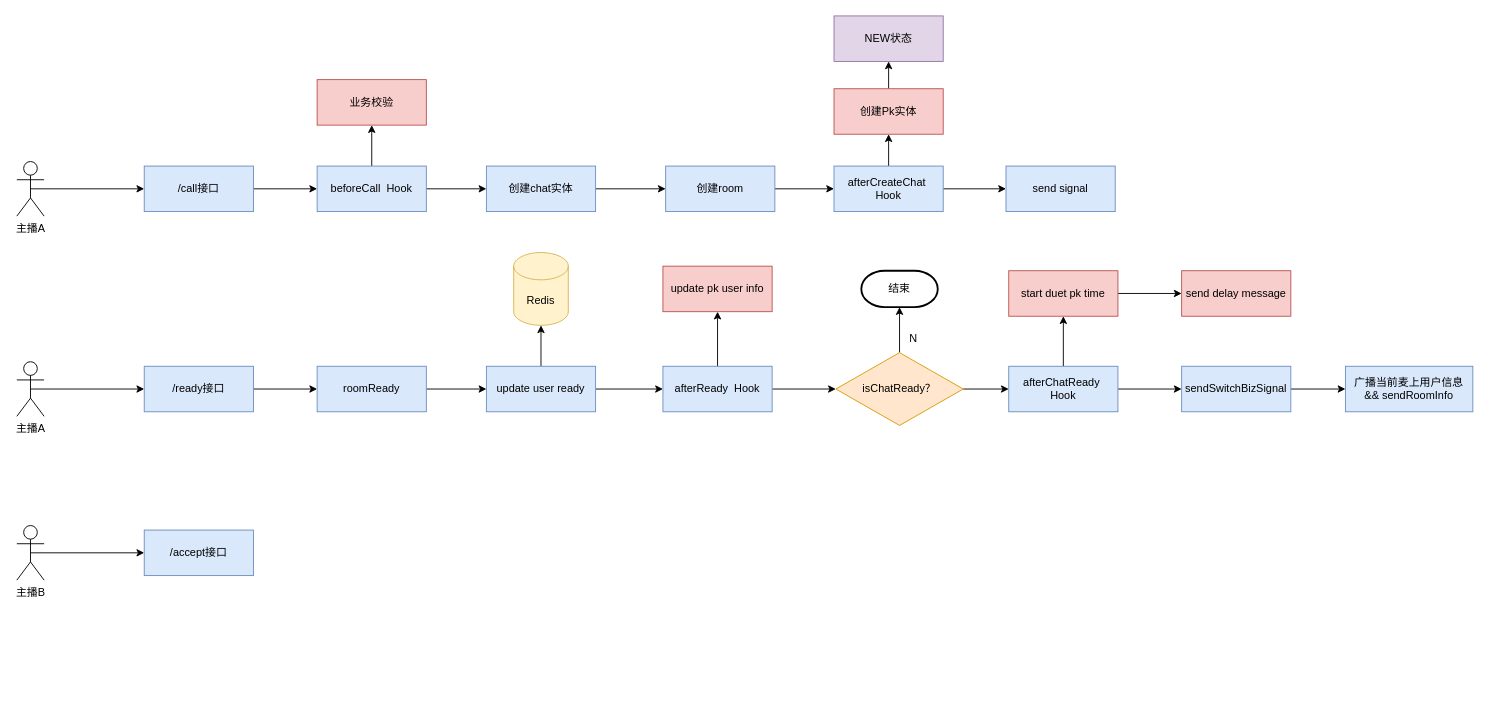
The draw.io diagram PK.drawio in fengyn1218/draw-pic, before the edit. Source tidied: cells renumbered, new cells numbered last; positions are measured from the earlier drawing's top-left corner, leaving out a move shared by most shapes. Both pictures are drawn from the tidied source at 91%, with x=0, y=0 at pixel (16, 15).
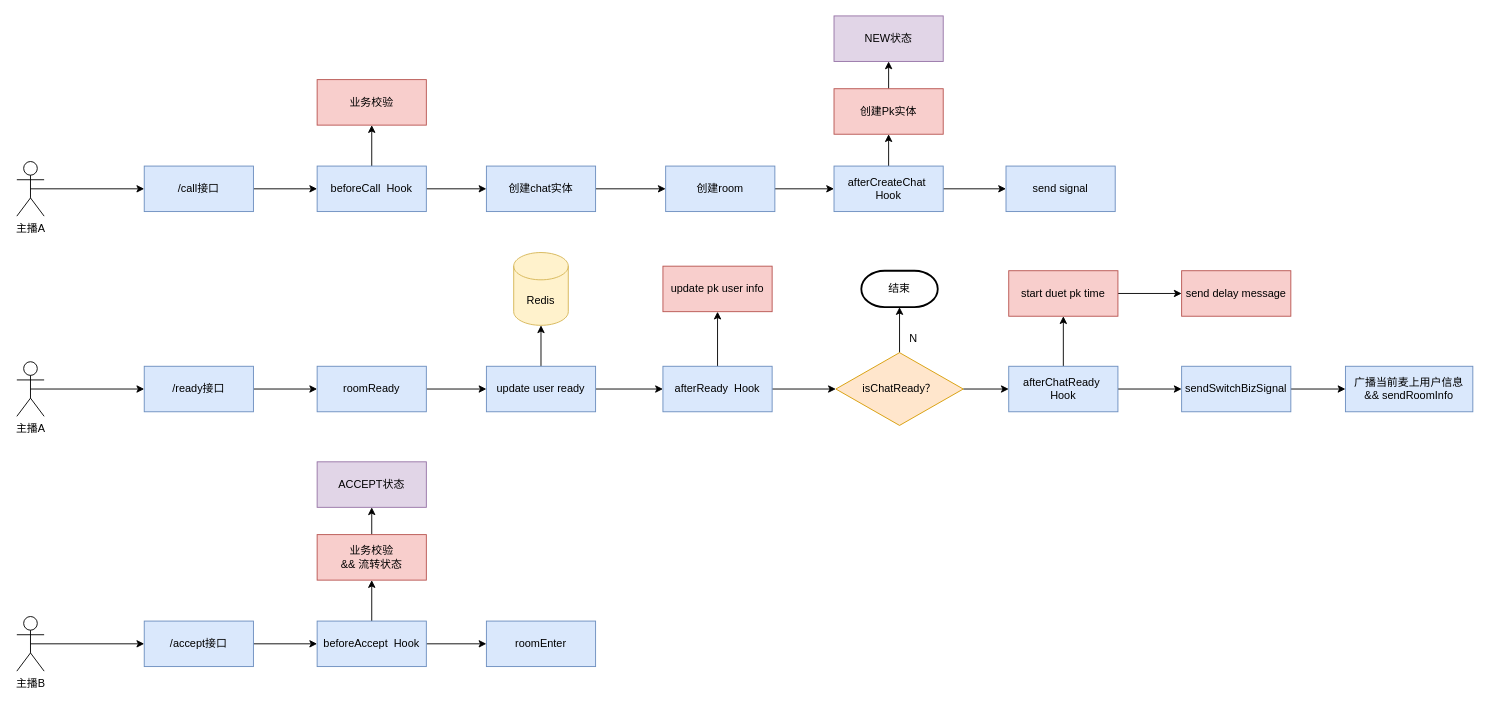
Above is the later version.

Change to the diagram source:
```diff
@@
     <mxCell id="5" value="主播B" style="shape=umlActor;verticalLabelPosition=bottom;verticalAlign=top;html=1;outlineConnect=0;" parent="1" vertex="1">
-      <mxGeometry y="560" width="30" height="60" as="geometry" />
+      <mxGeometry y="660" width="30" height="60" as="geometry" />
     </mxCell>
@@
+    <mxCell id="52" style="edgeStyle=orthogonalEdgeStyle;rounded=0;jettySize=auto;html=1;exitX=1;exitY=0.5;exitDx=0;exitDy=0;" parent="1" edge="1" source="23" target="55">
+      <mxGeometry relative="1" as="geometry" />
+    </mxCell>
     <mxCell id="23" value="/accept接口" style="rounded=0;whiteSpace=wrap;html=1;fillColor=#dae8fc;strokeColor=#6c8ebf;" parent="1" vertex="1">
-      <mxGeometry x="140" y="565" width="120" height="50" as="geometry" />
+      <mxGeometry x="140" y="665" width="120" height="50" as="geometry" />
     </mxCell>
@@
+    <mxCell id="53" style="edgeStyle=orthogonalEdgeStyle;rounded=0;jettySize=auto;html=1;exitX=0.5;exitY=0;exitDx=0;exitDy=0;entryX=0.5;entryY=1;entryDx=0;entryDy=0;" parent="1" edge="1" source="55" target="57">
+      <mxGeometry relative="1" as="geometry" />
+    </mxCell>
+    <mxCell id="54" style="edgeStyle=orthogonalEdgeStyle;rounded=0;jettySize=auto;html=1;exitX=1;exitY=0.5;exitDx=0;exitDy=0;entryX=0;entryY=0.5;entryDx=0;entryDy=0;" parent="1" edge="1" source="55" target="59">
+      <mxGeometry relative="1" as="geometry" />
+    </mxCell>
+    <mxCell id="55" value="beforeAccept&amp;nbsp; Hook" style="rounded=0;whiteSpace=wrap;html=1;fillColor=#dae8fc;strokeColor=#6c8ebf;" parent="1" vertex="1">
+      <mxGeometry x="330" y="665" width="120" height="50" as="geometry" />
+    </mxCell>
+    <mxCell id="56" style="edgeStyle=orthogonalEdgeStyle;rounded=0;jettySize=auto;html=1;exitX=0.5;exitY=0;exitDx=0;exitDy=0;entryX=0.5;entryY=1;entryDx=0;entryDy=0;" parent="1" edge="1" source="57" target="58">
+      <mxGeometry relative="1" as="geometry" />
+    </mxCell>
+    <mxCell id="57" value="业务校验&lt;br&gt;&amp;amp;&amp;amp; 流转状态" style="rounded=0;whiteSpace=wrap;html=1;fillColor=#f8cecc;strokeColor=#b85450;" parent="1" vertex="1">
+      <mxGeometry x="330" y="570" width="120" height="50" as="geometry" />
+    </mxCell>
+    <mxCell id="58" value="ACCEPT状态" style="rounded=0;whiteSpace=wrap;html=1;fillColor=#e1d5e7;strokeColor=#9673a6;" parent="1" vertex="1">
+      <mxGeometry x="330" y="490" width="120" height="50" as="geometry" />
+    </mxCell>
+    <mxCell id="59" value="roomEnter" style="rounded=0;whiteSpace=wrap;html=1;fillColor=#dae8fc;strokeColor=#6c8ebf;" parent="1" vertex="1">
+      <mxGeometry x="516" y="665" width="120" height="50" as="geometry" />
+    </mxCell>
```
